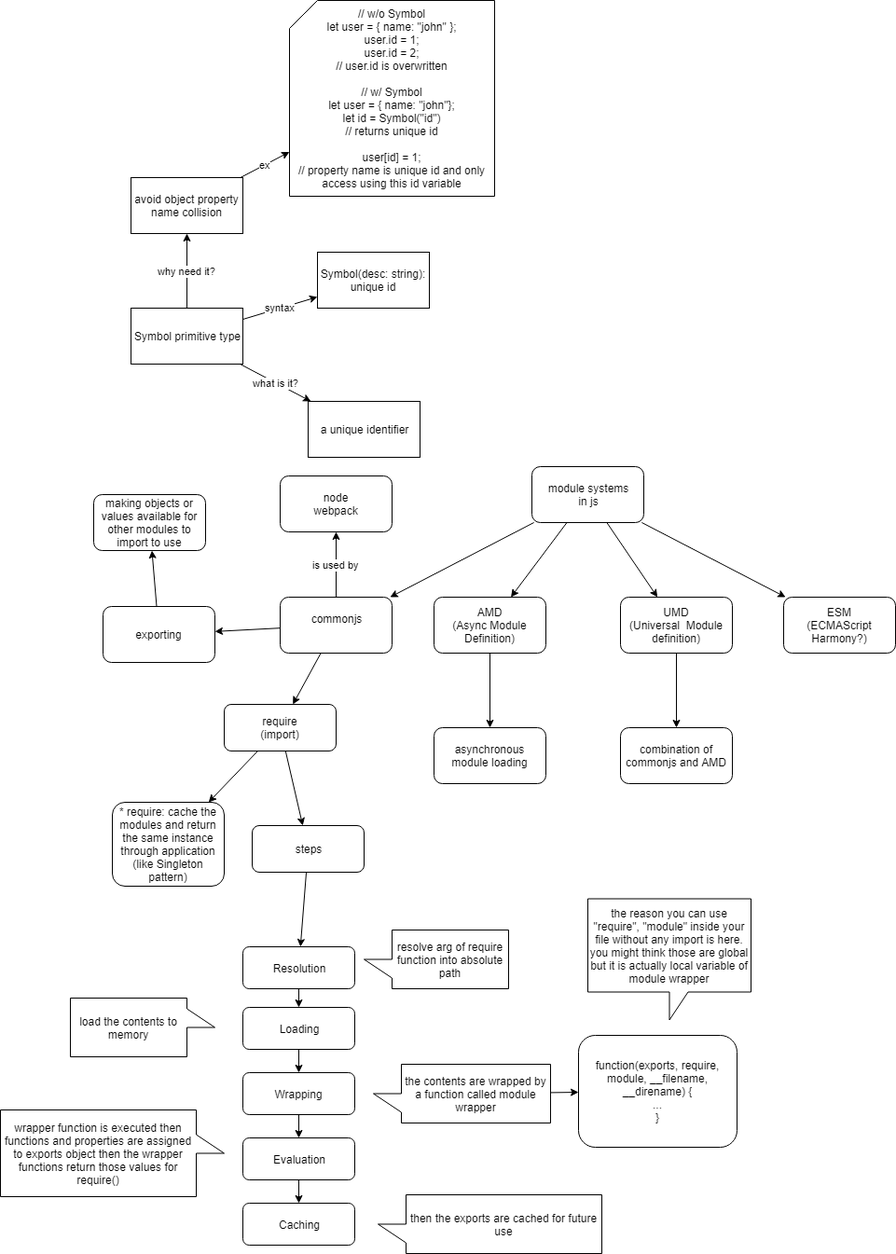
Before: commonjs.png, a diagram exported from draw.io (stsiwo/js_concept). Source tidied: cells renumbered, new cells last; positions are measured from the earlier drawing's top-left corner, leaving out a move shared by most shapes. Source of this version:
```xml
<mxGraphModel>
  <root>
    <mxCell id="0" />
    <mxCell id="1" parent="0" />
    <mxCell id="2" style="rounded=0;html=1;jettySize=auto;" parent="1" edge="1" source="6" target="17">
      <mxGeometry relative="1" as="geometry" />
    </mxCell>
    <mxCell id="3" style="edgeStyle=none;rounded=0;html=1;jettySize=auto;" parent="1" edge="1" source="6" target="12">
      <mxGeometry relative="1" as="geometry" />
    </mxCell>
    <mxCell id="4" style="edgeStyle=none;rounded=0;html=1;jettySize=auto;" parent="1" edge="1" source="6" target="9">
      <mxGeometry relative="1" as="geometry" />
    </mxCell>
    <mxCell id="5" style="edgeStyle=none;rounded=0;html=1;jettySize=auto;" parent="1" edge="1" source="6" target="7">
      <mxGeometry relative="1" as="geometry" />
    </mxCell>
    <mxCell id="6" value="module systems&lt;br&gt;in js&lt;br&gt;" style="rounded=1;whiteSpace=wrap;html=1;" parent="1" vertex="1">
      <mxGeometry x="570" y="500" width="120" height="60" as="geometry" />
    </mxCell>
    <mxCell id="7" value="ESM&lt;br&gt;(ECMAScript Harmony?)&lt;br&gt;" style="rounded=1;whiteSpace=wrap;html=1;" parent="1" vertex="1">
      <mxGeometry x="840" y="640" width="120" height="60" as="geometry" />
    </mxCell>
    <mxCell id="8" style="edgeStyle=none;rounded=0;html=1;jettySize=auto;" parent="1" edge="1" source="9" target="10">
      <mxGeometry relative="1" as="geometry" />
    </mxCell>
    <mxCell id="9" value="UMD&lt;br&gt;(Universal&amp;nbsp; Module definition)&lt;br&gt;" style="rounded=1;whiteSpace=wrap;html=1;" parent="1" vertex="1">
      <mxGeometry x="665" y="640" width="120" height="60" as="geometry" />
    </mxCell>
    <mxCell id="10" value="combination of commonjs and AMD" style="rounded=1;whiteSpace=wrap;html=1;" parent="1" vertex="1">
      <mxGeometry x="665" y="780" width="120" height="60" as="geometry" />
    </mxCell>
    <mxCell id="11" style="edgeStyle=none;rounded=0;html=1;jettySize=auto;" parent="1" edge="1" source="12" target="13">
      <mxGeometry relative="1" as="geometry" />
    </mxCell>
    <mxCell id="12" value="AMD&lt;br&gt;(Async Module Definition)&lt;br&gt;" style="rounded=1;whiteSpace=wrap;html=1;" parent="1" vertex="1">
      <mxGeometry x="465" y="640" width="120" height="60" as="geometry" />
    </mxCell>
    <mxCell id="13" value="asynchronous module loading" style="rounded=1;whiteSpace=wrap;html=1;" parent="1" vertex="1">
      <mxGeometry x="465" y="780" width="120" height="60" as="geometry" />
    </mxCell>
    <mxCell id="14" style="edgeStyle=none;rounded=0;html=1;jettySize=auto;" parent="1" edge="1" source="17" target="26">
      <mxGeometry relative="1" as="geometry" />
    </mxCell>
    <mxCell id="15" value="is used by" style="edgeStyle=none;rounded=0;html=1;jettySize=auto;" parent="1" edge="1" source="17" target="24">
      <mxGeometry relative="1" as="geometry" />
    </mxCell>
    <mxCell id="16" style="edgeStyle=none;rounded=0;html=1;jettySize=auto;" parent="1" edge="1" source="17" target="20">
      <mxGeometry relative="1" as="geometry" />
    </mxCell>
    <mxCell id="17" value="commonjs&lt;br&gt;&lt;br&gt;" style="rounded=1;whiteSpace=wrap;html=1;" parent="1" vertex="1">
      <mxGeometry x="300" y="640" width="120" height="60" as="geometry" />
    </mxCell>
    <mxCell id="18" style="edgeStyle=none;rounded=0;html=1;jettySize=auto;" parent="1" edge="1" source="20" target="23">
      <mxGeometry relative="1" as="geometry" />
    </mxCell>
    <mxCell id="19" style="edgeStyle=none;rounded=0;html=1;jettySize=auto;" parent="1" edge="1" source="20" target="22">
      <mxGeometry relative="1" as="geometry" />
    </mxCell>
    <mxCell id="20" value="require&lt;br&gt;(import)&lt;br&gt;" style="rounded=1;whiteSpace=wrap;html=1;" parent="1" vertex="1">
      <mxGeometry x="240" y="755" width="120" height="50" as="geometry" />
    </mxCell>
    <mxCell id="21" style="edgeStyle=none;rounded=0;html=1;jettySize=auto;" parent="1" edge="1" source="22" target="29">
      <mxGeometry relative="1" as="geometry" />
    </mxCell>
    <mxCell id="22" value="steps" style="rounded=1;whiteSpace=wrap;html=1;" parent="1" vertex="1">
      <mxGeometry x="270" y="885" width="120" height="50" as="geometry" />
    </mxCell>
    <mxCell id="23" value="* require: cache the modules and return the same instance through application (like Singleton pattern)&lt;br&gt;" style="rounded=1;whiteSpace=wrap;html=1;" parent="1" vertex="1">
      <mxGeometry x="120" y="860" width="120" height="90" as="geometry" />
    </mxCell>
    <mxCell id="24" value="node&lt;br&gt;webpack&lt;br&gt;" style="rounded=1;whiteSpace=wrap;html=1;" parent="1" vertex="1">
      <mxGeometry x="300" y="510" width="120" height="60" as="geometry" />
    </mxCell>
    <mxCell id="25" style="edgeStyle=none;rounded=0;html=1;jettySize=auto;" parent="1" edge="1" source="26" target="27">
      <mxGeometry relative="1" as="geometry" />
    </mxCell>
    <mxCell id="26" value="exporting" style="rounded=1;whiteSpace=wrap;html=1;" parent="1" vertex="1">
      <mxGeometry x="110" y="650" width="120" height="60" as="geometry" />
    </mxCell>
    <mxCell id="27" value="making objects or values available for other modules to import to use" style="rounded=1;whiteSpace=wrap;html=1;" parent="1" vertex="1">
      <mxGeometry x="100" y="530" width="120" height="60" as="geometry" />
    </mxCell>
    <mxCell id="28" style="edgeStyle=none;rounded=0;html=1;jettySize=auto;" parent="1" edge="1" source="29" target="31">
      <mxGeometry relative="1" as="geometry" />
    </mxCell>
    <mxCell id="29" value="Resolution" style="rounded=1;whiteSpace=wrap;html=1;" parent="1" vertex="1">
      <mxGeometry x="260" y="1015" width="120" height="45" as="geometry" />
    </mxCell>
    <mxCell id="30" style="edgeStyle=none;rounded=0;html=1;jettySize=auto;" parent="1" edge="1" source="31" target="33">
      <mxGeometry relative="1" as="geometry" />
    </mxCell>
    <mxCell id="31" value="Loading" style="rounded=1;whiteSpace=wrap;html=1;" parent="1" vertex="1">
      <mxGeometry x="260" y="1080" width="120" height="45" as="geometry" />
    </mxCell>
    <mxCell id="32" style="edgeStyle=none;rounded=0;html=1;jettySize=auto;" parent="1" edge="1" source="33" target="35">
      <mxGeometry relative="1" as="geometry" />
    </mxCell>
    <mxCell id="33" value="Wrapping" style="rounded=1;whiteSpace=wrap;html=1;" parent="1" vertex="1">
      <mxGeometry x="260" y="1150" width="120" height="45" as="geometry" />
    </mxCell>
    <mxCell id="34" style="edgeStyle=none;rounded=0;html=1;jettySize=auto;" parent="1" edge="1" source="35" target="36">
      <mxGeometry relative="1" as="geometry" />
    </mxCell>
    <mxCell id="35" value="Evaluation" style="rounded=1;whiteSpace=wrap;html=1;" parent="1" vertex="1">
      <mxGeometry x="260" y="1220" width="120" height="45" as="geometry" />
    </mxCell>
    <mxCell id="36" value="Caching" style="rounded=1;whiteSpace=wrap;html=1;" parent="1" vertex="1">
      <mxGeometry x="260" y="1290" width="120" height="45" as="geometry" />
    </mxCell>
    <mxCell id="37" value="resolve arg of require function into absolute path" style="shape=callout;whiteSpace=wrap;html=1;perimeter=calloutPerimeter;direction=south;" parent="1" vertex="1">
      <mxGeometry x="390" y="997" width="155" height="63" as="geometry" />
    </mxCell>
    <mxCell id="38" value="load the contents to memory" style="shape=callout;whiteSpace=wrap;html=1;perimeter=calloutPerimeter;direction=north;" parent="1" vertex="1">
      <mxGeometry x="75" y="1070" width="155" height="63" as="geometry" />
    </mxCell>
    <mxCell id="39" style="edgeStyle=none;rounded=0;html=1;jettySize=auto;" parent="1" edge="1" source="40" target="41">
      <mxGeometry relative="1" as="geometry" />
    </mxCell>
    <mxCell id="40" value="the contents are wrapped by a function called module wrapper" style="shape=callout;whiteSpace=wrap;html=1;perimeter=calloutPerimeter;direction=south;" parent="1" vertex="1">
      <mxGeometry x="400" y="1141" width="190" height="63" as="geometry" />
    </mxCell>
    <mxCell id="41" value="function(exports, require, module, __filename, __direname) {&lt;br&gt;...&lt;br&gt;}&lt;br&gt;" style="rounded=1;whiteSpace=wrap;html=1;" parent="1" vertex="1">
      <mxGeometry x="620" y="1110" width="170" height="120" as="geometry" />
    </mxCell>
    <mxCell id="42" value="the reason you can use &quot;require&quot;, &quot;module&quot; inside your file without any import is here. you might think those are global but it is actually local variable of module wrapper" style="shape=callout;whiteSpace=wrap;html=1;perimeter=calloutPerimeter;" parent="1" vertex="1">
      <mxGeometry x="630" y="963.5" width="175" height="130" as="geometry" />
    </mxCell>
    <mxCell id="43" value="wrapper function is executed then functions and properties are assigned to exports object then the wrapper functions return those values for require()" style="shape=callout;whiteSpace=wrap;html=1;perimeter=calloutPerimeter;direction=north;" parent="1" vertex="1">
      <mxGeometry y="1190" width="240" height="93" as="geometry" />
    </mxCell>
    <mxCell id="44" value="then the exports are cached for future use" style="shape=callout;whiteSpace=wrap;html=1;perimeter=calloutPerimeter;direction=south;" parent="1" vertex="1">
      <mxGeometry x="405" y="1281" width="240" height="63" as="geometry" />
    </mxCell>
    <mxCell id="45" value="why need it?" style="edgeStyle=none;rounded=0;html=1;jettySize=auto;" parent="1" edge="1" source="48" target="52">
      <mxGeometry relative="1" as="geometry" />
    </mxCell>
    <mxCell id="46" value="what is it?" style="edgeStyle=none;rounded=0;html=1;jettySize=auto;" parent="1" edge="1" source="48" target="50">
      <mxGeometry relative="1" as="geometry" />
    </mxCell>
    <mxCell id="47" value="syntax" style="edgeStyle=none;rounded=0;html=1;jettySize=auto;" parent="1" edge="1" source="48" target="49">
      <mxGeometry relative="1" as="geometry" />
    </mxCell>
    <mxCell id="48" value="Symbol primitive type" style="rounded=0;whiteSpace=wrap;html=1;" parent="1" vertex="1">
      <mxGeometry x="140" y="330" width="120" height="60" as="geometry" />
    </mxCell>
    <mxCell id="49" value="Symbol(desc: string): unique id" style="rounded=0;whiteSpace=wrap;html=1;" parent="1" vertex="1">
      <mxGeometry x="340" y="270" width="120" height="60" as="geometry" />
    </mxCell>
    <mxCell id="50" value="a unique identifier" style="rounded=0;whiteSpace=wrap;html=1;" parent="1" vertex="1">
      <mxGeometry x="330" y="430" width="120" height="60" as="geometry" />
    </mxCell>
    <mxCell id="51" value="ex" style="edgeStyle=none;rounded=0;html=1;jettySize=auto;" parent="1" edge="1" source="52" target="53">
      <mxGeometry relative="1" as="geometry" />
    </mxCell>
    <mxCell id="52" value="avoid object property name collision" style="rounded=0;whiteSpace=wrap;html=1;" parent="1" vertex="1">
      <mxGeometry x="140" y="190" width="120" height="60" as="geometry" />
    </mxCell>
    <mxCell id="53" value="// w/o Symbol&lt;br&gt;let user = { name: &quot;john&quot; };&lt;br&gt;user.id = 1;&lt;br&gt;user.id = 2;&lt;br&gt;// user.id is overwritten&lt;br&gt;&lt;br&gt;// w/ Symbol&lt;br&gt;let user = { name: &quot;john&quot;};&lt;br&gt;let id = Symbol(&quot;id&quot;)&lt;br&gt;// returns unique id&lt;br&gt;&lt;br&gt;user[id] = 1;&lt;br&gt;// property name is unique id and only access using this id variable&lt;br&gt;" style="shape=card;whiteSpace=wrap;html=1;" parent="1" vertex="1">
      <mxGeometry x="310" width="220" height="210" as="geometry" />
    </mxCell>
  </root>
</mxGraphModel>
```
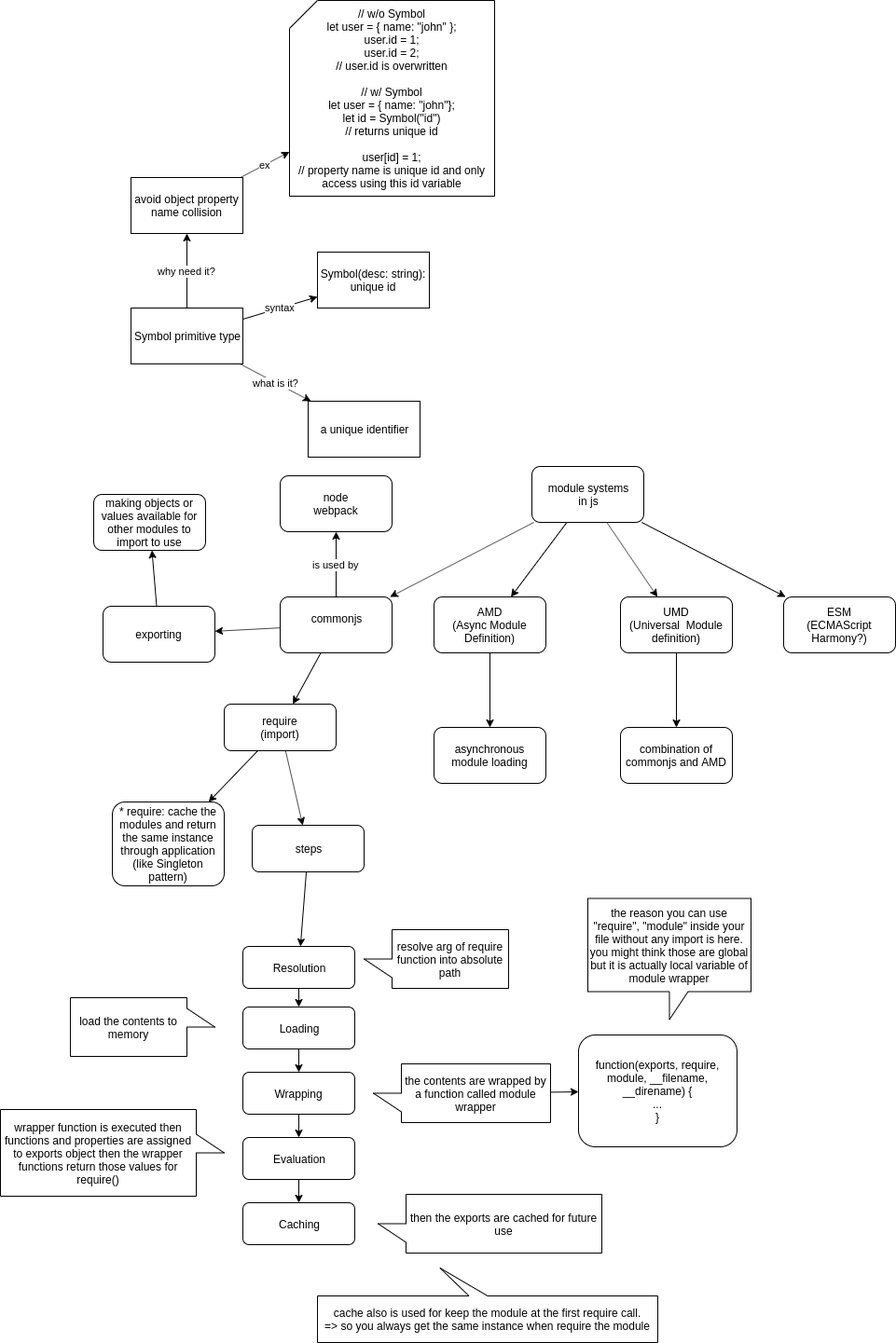
The same file after the commit.

What changed in the source:
```diff
@@ -158,5 +158,8 @@
     <mxCell id="53" value="// w/o Symbol&lt;br&gt;let user = { name: &quot;john&quot; };&lt;br&gt;user.id = 1;&lt;br&gt;user.id = 2;&lt;br&gt;// user.id is overwritten&lt;br&gt;&lt;br&gt;// w/ Symbol&lt;br&gt;let user = { name: &quot;john&quot;};&lt;br&gt;let id = Symbol(&quot;id&quot;)&lt;br&gt;// returns unique id&lt;br&gt;&lt;br&gt;user[id] = 1;&lt;br&gt;// property name is unique id and only access using this id variable&lt;br&gt;" style="shape=card;whiteSpace=wrap;html=1;" parent="1" vertex="1">
       <mxGeometry x="310" width="220" height="210" as="geometry" />
     </mxCell>
+    <mxCell id="54" value="cache also is used for keep the module at the first require call.&lt;br&gt;=&amp;gt; so you always get the same instance when require the module" style="shape=callout;whiteSpace=wrap;html=1;perimeter=calloutPerimeter;direction=west;position2=0.64;" parent="1" vertex="1">
+      <mxGeometry x="340" y="1360" width="365" height="80" as="geometry" />
+    </mxCell>
   </root>
 </mxGraphModel>
```
